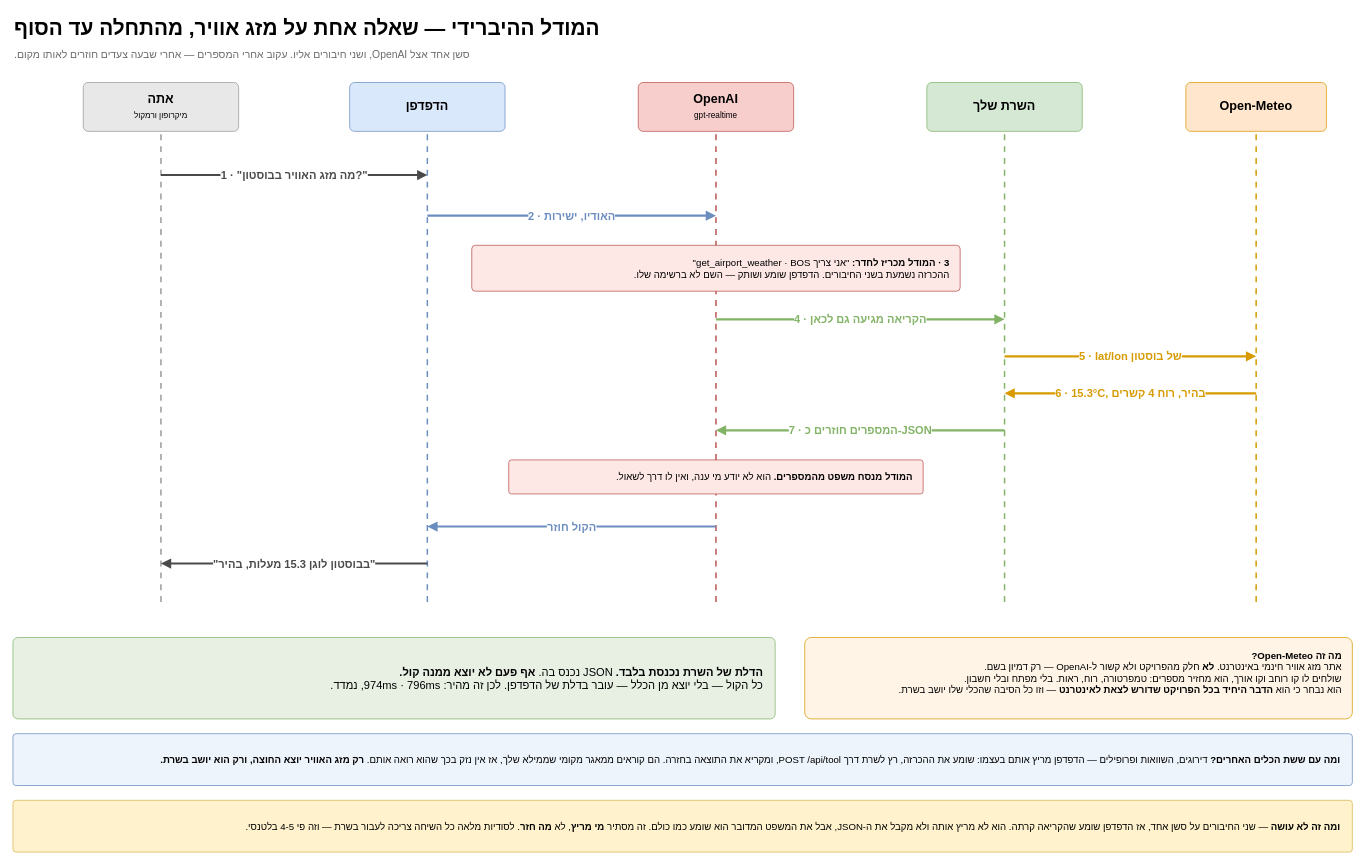
Earlier version of the draw.io diagram page "12 - The hybrid, simply" (12 of 12) of docs/architecture.drawio (MMGoodman/airport-investment-agent). Source tidied: cells renumbered, new cells numbered last; positions are measured from the earlier drawing's top-left corner, leaving out a move shared by most shapes. Both pictures are drawn from the tidied source at 74%, with x=0, y=0 at pixel (13, 13).
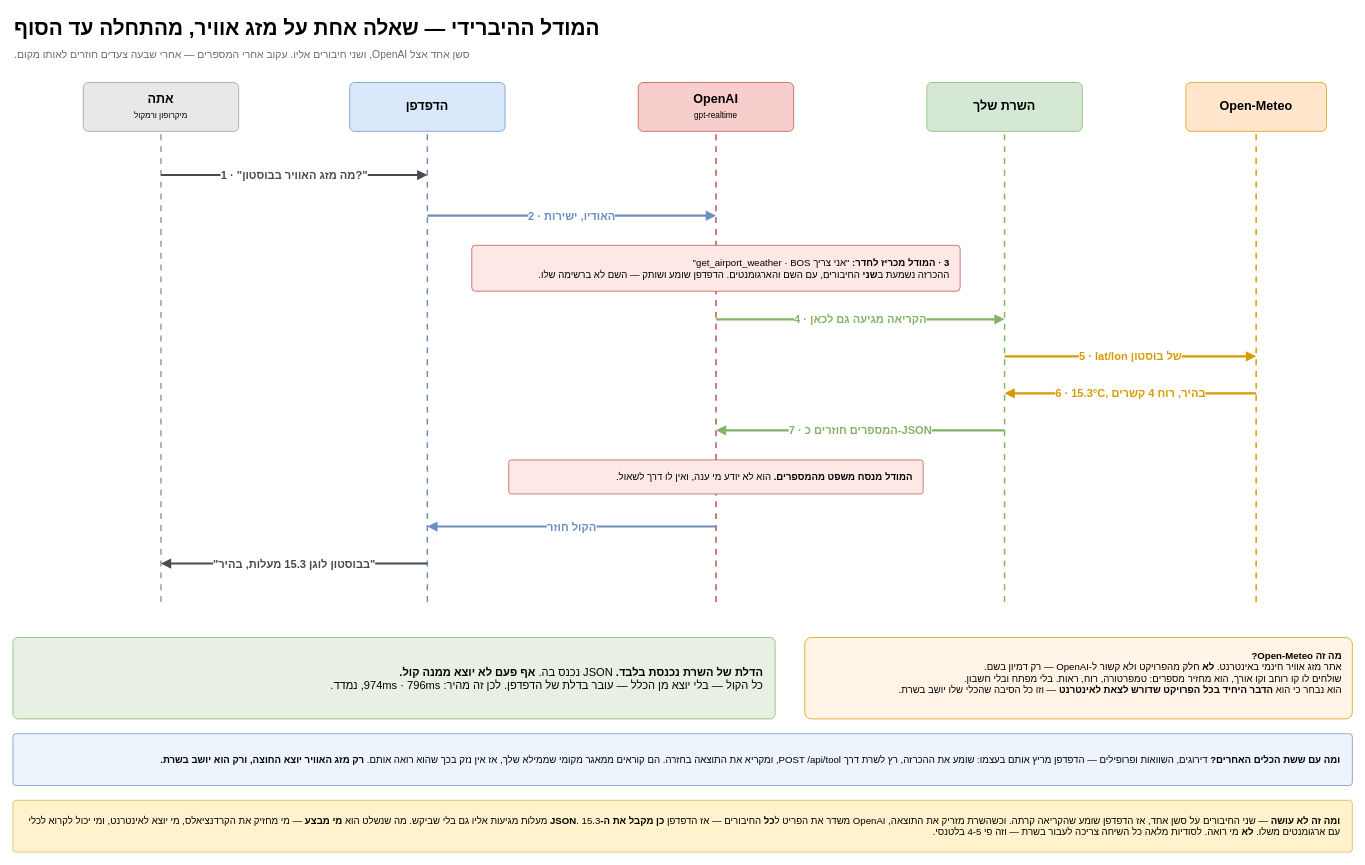
Above is the later version.

Commit message (it also covers changes not shown here):
Actually apply the correction to the diagram

Diff of the diagram source:
```diff
@@
-    <mxCell id="17" value="&lt;div dir='rtl' style='text-align:right'&gt;&lt;b&gt;3 · המודל מכריז לחדר:&lt;/b&gt; &quot;אני צריך get_airport_weather · BOS&quot;&lt;br&gt;ההכרזה נשמעת בשני החיבורים. הדפדפן שומע ושותק — השם לא ברשימה שלו.&lt;/div&gt;" style="rounded=1;whiteSpace=wrap;html=1;fontSize=13;align=right;verticalAlign=middle;spacingRight=12;spacingLeft=12;arcSize=8;fillColor=#fde8e6;strokeColor=#b85450;" parent="1" vertex="1">
+    <mxCell id="17" value="&lt;div dir='rtl' style='text-align:right'&gt;&lt;b&gt;3 · המודל מכריז לחדר:&lt;/b&gt; &quot;אני צריך get_airport_weather · BOS&quot;&lt;br&gt;ההכרזה נשמעת ב&lt;b&gt;שני&lt;/b&gt; החיבורים, עם השם והארגומנטים. הדפדפן שומע ושותק — השם לא ברשימה שלו.&lt;/div&gt;" style="rounded=1;whiteSpace=wrap;html=1;fontSize=13;align=right;verticalAlign=middle;spacingRight=12;spacingLeft=12;arcSize=8;fillColor=#fde8e6;strokeColor=#b85450;" parent="1" vertex="1">
       <mxGeometry x="620" y="314" width="660" height="62" as="geometry" />
     </mxCell>
@@
-    <mxCell id="27" value="&lt;div dir='rtl' style='text-align:right'&gt;&lt;b&gt;ומה זה לא עושה&lt;/b&gt; — שני החיבורים על סשן אחד, אז הדפדפן שומע שהקריאה קרתה. הוא לא מריץ אותה ולא מקבל את ה-JSON, אבל את המשפט המדובר הוא שומע כמו כולם. זה מסתיר &lt;b&gt;מי מריץ&lt;/b&gt;, לא &lt;b&gt;מה חזר&lt;/b&gt;. לסודיות מלאה כל השיחה צריכה לעבור בשרת — וזה פי 4-5 בלטנסי.&lt;/div&gt;" style="rounded=1;whiteSpace=wrap;html=1;fillColor=#fff2cc;strokeColor=#d6b656;fontSize=13;align=right;verticalAlign=middle;spacingRight=14;spacingLeft=14;arcSize=6;" parent="1" vertex="1">
+    <mxCell id="27" value="&lt;div dir='rtl' style='text-align:right'&gt;&lt;b&gt;ומה זה לא עושה&lt;/b&gt; — שני החיבורים על סשן אחד, אז הדפדפן שומע שהקריאה קרתה. וכשהשרת מזריק את התוצאה, OpenAI משדר את הפריט ל&lt;b&gt;כל&lt;/b&gt; החיבורים — אז הדפדפן &lt;b&gt;כן מקבל את ה-JSON&lt;/b&gt;. 15.3 מעלות מגיעות אליו גם בלי שביקש. מה שנשלט הוא &lt;b&gt;מי מבצע&lt;/b&gt; — מי מחזיק את הקרדנציאלס, מי יוצא לאינטרנט, ומי יכול לקרוא לכלי עם ארגומנטים משלו. &lt;b&gt;לא&lt;/b&gt; מי רואה. לסודיות מלאה כל השיחה צריכה לעבור בשרת — וזה פי 4-5 בלטנסי.&lt;/div&gt;" style="rounded=1;whiteSpace=wrap;html=1;fillColor=#fff2cc;strokeColor=#d6b656;fontSize=13;align=right;verticalAlign=middle;spacingRight=14;spacingLeft=14;arcSize=6;" parent="1" vertex="1">
       <mxGeometry y="1064" width="1810" height="70" as="geometry" />
     </mxCell>
```
